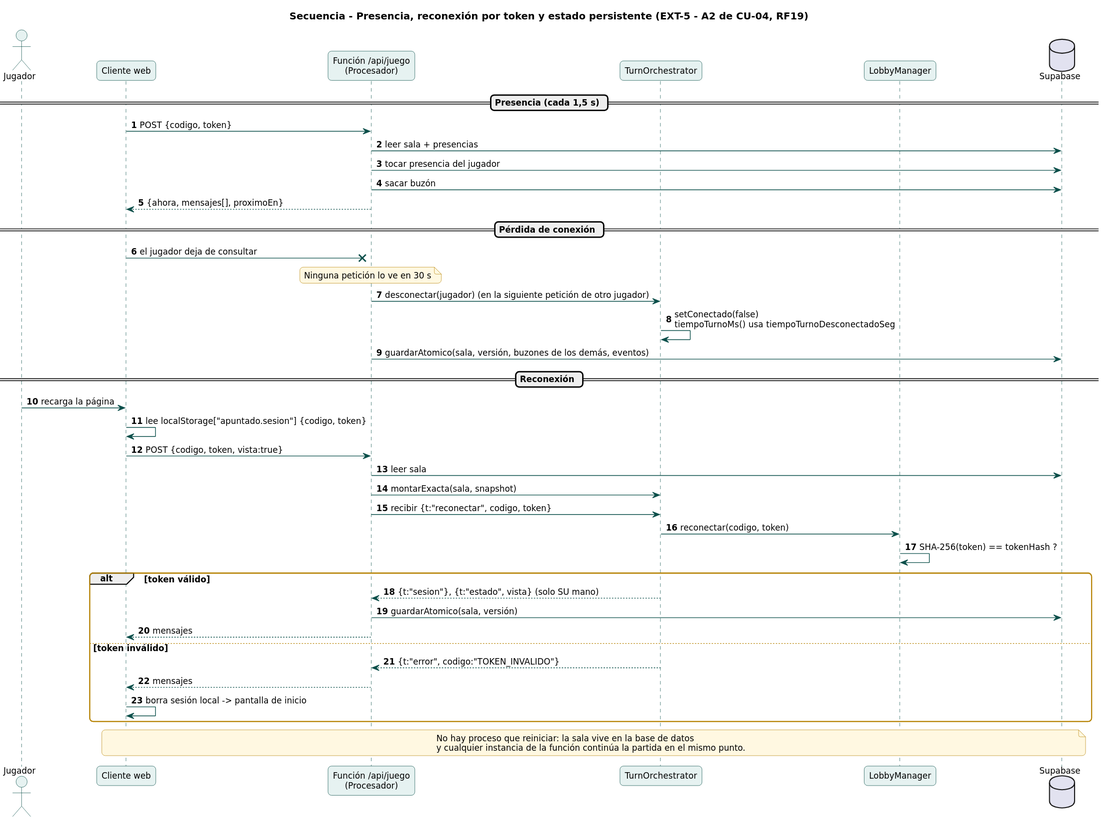
This is docs/uml/render/09_secuencia_reconexion.svg from ValentinaLujan12/FAS-Entregable02, a PlantUML export, as it was before one commit. Its diagram source:
```plantuml
@startuml
!include _estilo.iuml
title Secuencia - Presencia, reconexión por token y estado persistente (EXT-5 - A2 de CU-04, RF19)
autonumber
actor Jugador as J
participant "Cliente web" as C
participant "Función /api/juego\n(Procesador)" as P
participant "TurnOrchestrator" as S
participant "LobbyManager" as L
database "Supabase" as DB

== Presencia (cada 1,5 s) ==
C -> P : POST {codigo, token}
P -> DB : leer sala + presencias
P -> DB : tocar presencia del jugador
P -> DB : sacar buzón
P --> C : {ahora, mensajes[], proximoEn}

== Pérdida de conexión ==
C -x P : el jugador deja de consultar
note over P : Ninguna petición lo ve en 30 s
P -> S : desconectar(jugador) (en la siguiente petición de otro jugador)
S -> S : setConectado(false)\ntiempoTurnoMs() usa tiempoTurnoDesconectadoSeg
P -> DB : guardarAtomico(sala, versión, buzones de los demás, eventos)

== Reconexión ==
J -> C : recarga la página
C -> C : lee localStorage["apuntado.sesion"] {codigo, token}
C -> P : POST {codigo, token, vista:true}
P -> DB : leer sala
P -> S : montarExacta(sala, snapshot)
P -> S : recibir {t:"reconectar", codigo, token}
S -> L : reconectar(codigo, token)
L -> L : SHA-256(token) == tokenHash ?
alt token válido
  S --> P : {t:"sesion"}, {t:"estado", vista} (solo SU mano)
  P -> DB : guardarAtomico(sala, versión)
  P --> C : mensajes
else token inválido
  S --> P : {t:"error", codigo:"TOKEN_INVALIDO"}
  P --> C : mensajes
  C -> C : borra sesión local -> pantalla de inicio
end
note over C,DB : No hay proceso que reiniciar: la sala vive en la base de datos\ny cualquier instancia de la función continúa la partida en el mismo punto.
@enduml
```
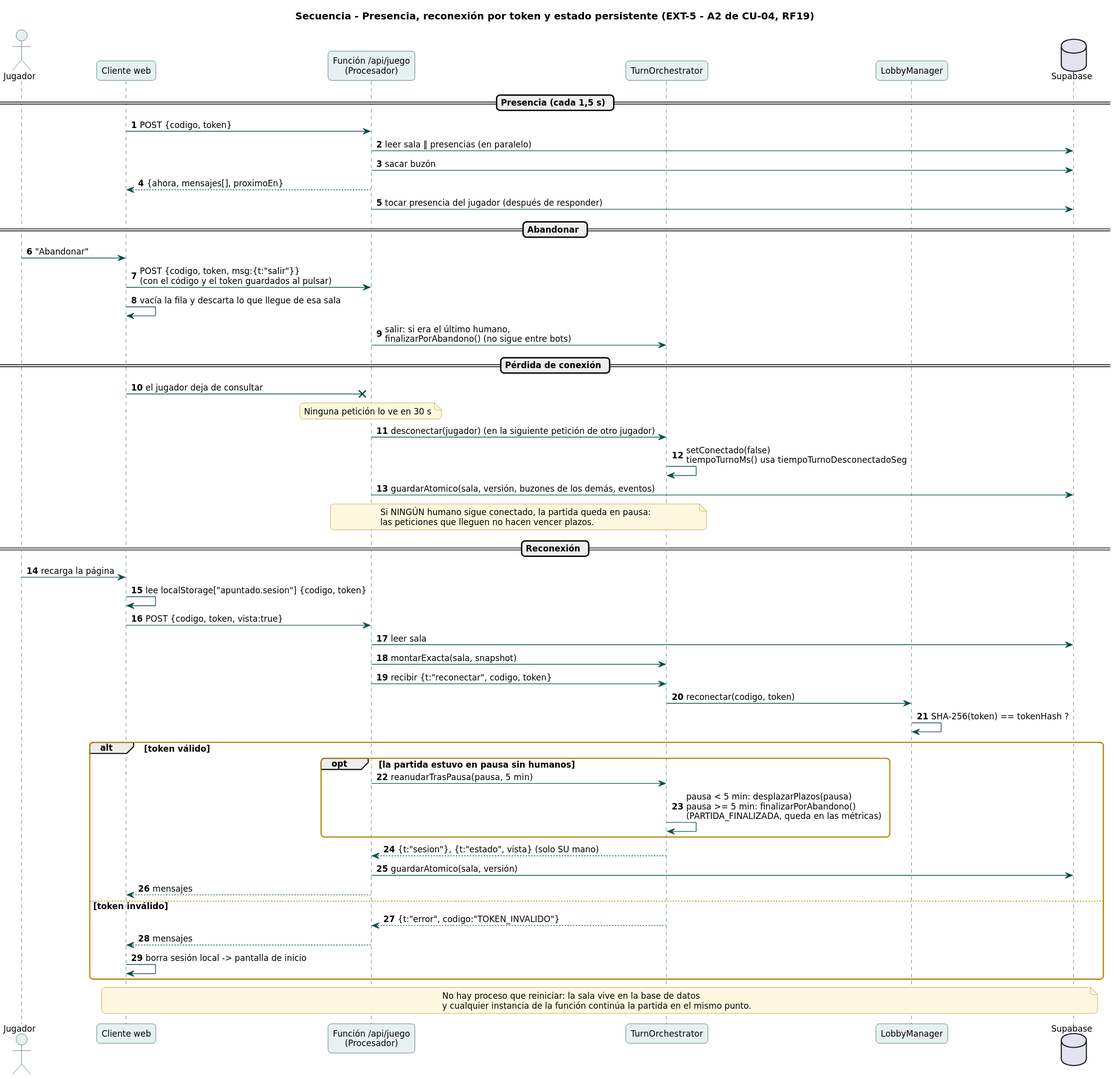
Later version of the same file.

The edit, as a diff of the source:
```diff
@@ -11,10 +11,16 @@
 
 == Presencia (cada 1,5 s) ==
 C -> P : POST {codigo, token}
-P -> DB : leer sala + presencias
-P -> DB : tocar presencia del jugador
+P -> DB : leer sala ‖ presencias (en paralelo)
 P -> DB : sacar buzón
 P --> C : {ahora, mensajes[], proximoEn}
+P -> DB : tocar presencia del jugador (después de responder)
+
+== Abandonar ==
+J -> C : "Abandonar"
+C -> P : POST {codigo, token, msg:{t:"salir"}}\n(con el código y el token guardados al pulsar)
+C -> C : vacía la fila y descarta lo que llegue de esa sala
+P -> S : salir: si era el último humano,\nfinalizarPorAbandono() (no sigue entre bots)
 
 == Pérdida de conexión ==
 C -x P : el jugador deja de consultar
@@ -22,6 +28,7 @@
 P -> S : desconectar(jugador) (en la siguiente petición de otro jugador)
 S -> S : setConectado(false)\ntiempoTurnoMs() usa tiempoTurnoDesconectadoSeg
 P -> DB : guardarAtomico(sala, versión, buzones de los demás, eventos)
+note over P,S : Si NINGÚN humano sigue conectado, la partida queda en pausa:\nlas peticiones que lleguen no hacen vencer plazos.
 
 == Reconexión ==
 J -> C : recarga la página
@@ -33,6 +40,10 @@
 S -> L : reconectar(codigo, token)
 L -> L : SHA-256(token) == tokenHash ?
 alt token válido
+  opt la partida estuvo en pausa sin humanos
+    P -> S : reanudarTrasPausa(pausa, 5 min)
+    S -> S : pausa < 5 min: desplazarPlazos(pausa)\npausa >= 5 min: finalizarPorAbandono()\n(PARTIDA_FINALIZADA, queda en las métricas)
+  end
   S --> P : {t:"sesion"}, {t:"estado", vista} (solo SU mano)
   P -> DB : guardarAtomico(sala, versión)
   P --> C : mensajes
```
